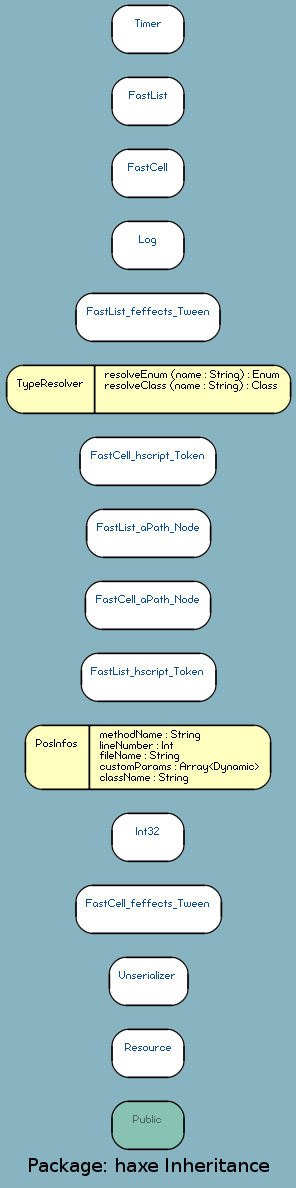
Above: docs/uml/haxe_I.png in google-code-export/haxegui (Graphviz), before the change. Its source is kept beside it as docs/uml/haxe_I.dot.
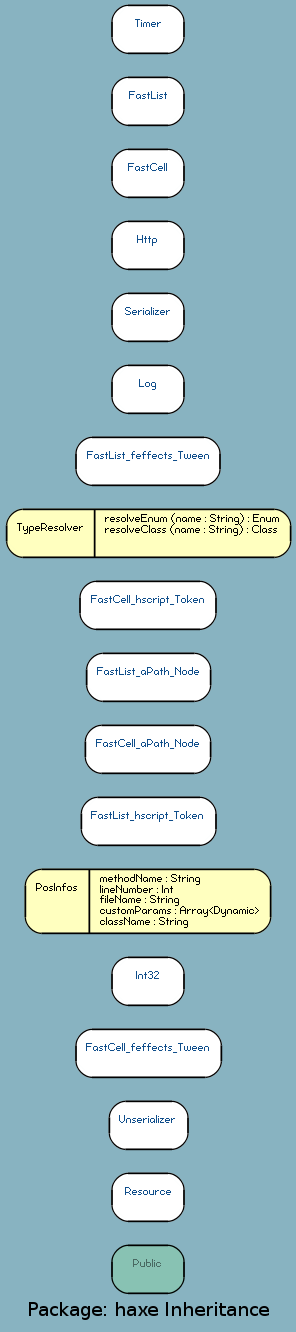
Later version of the same file.

Diff of the diagram source:
```diff
@@ -3,7 +3,7 @@
 	node [label="\N", style="rounded,filled", fillcolor="#96c288", fontcolor="#104E8B", fontname="FFF Harmony", fontsize=6, shape=record, color=black];
 	edge [fontname=Sans, fontsize=8, minlen="1.2", color=black, fontcolor=black];
 	graph [lp="107,12",
-		bb="0,0,214,883"];
+		bb="0,0,214,991"];
 	"haxe.Public" [label="{\nPublic}", fillcolor="#88c2b3", fontcolor="#496962", URL="../types/haxe/Public.html", tooltip="\nPublic", portPos=w, pos="107,43", rects="80,25,134,61", width="0.75", height="0.50"];
 	"haxe.Resource" [label="{\nResource}", fillcolor=white, URL="../types/haxe/Resource.html", tooltip="\nResource", portPos=w, pos="107,97", rects="80,79,134,115", width="0.75", height="0.50"];
 	"haxe.Unserializer" [label="{\nUnserializer}", fillcolor=white, URL="../types/haxe/Unserializer.html", tooltip="\nUnserializer", portPos=w, pos="107,151", rects="78,133,137,169", width="0.81", height="0.50"];
@@ -17,7 +17,9 @@
 	"haxe.TypeResolver" [label="{\nTypeResolver|resolveEnum (name : String) : Enum\lresolveClass (name : String) : Class\l}", fillcolor="#ffffbf", fontcolor=black, pos="107,595", rects="1,577,67,613 67,577,214,613", width="2.94", height="0.50"];
 	"haxe.FastList_feffects_Tween" [label="{\nFastList_feffects_Tween}", fillcolor=white, URL="../types/haxe/FastList_feffects_Tween.html", tooltip="\nFastList_feffects_Tween", portPos=w, pos="107,649", rects="53,631,161,667", width="1.50", height="0.50"];
 	"haxe.Log" [label="{\nLog}", fillcolor=white, URL="../types/haxe/Log.html", tooltip="\nLog", portPos=w, pos="107,703", rects="80,685,134,721", width="0.75", height="0.50"];
-	"haxe.FastCell" [label="{\nFastCell}", fillcolor=white, URL="../types/haxe/FastCell.html", tooltip="\nFastCell", portPos=w, pos="107,757", rects="80,739,134,775", width="0.75", height="0.50"];
-	"haxe.FastList" [label="{\nFastList}", fillcolor=white, URL="../types/haxe/FastList.html", tooltip="\nFastList", portPos=w, pos="107,811", rects="80,793,134,829", width="0.75", height="0.50"];
-	"haxe.Timer" [label="{\nTimer}", fillcolor=white, URL="../types/haxe/Timer.html", tooltip="\nTimer", portPos=w, pos="107,865", rects="80,847,134,883", width="0.75", height="0.50"];
+	"haxe.Serializer" [label="{\nSerializer}", fillcolor=white, URL="../types/haxe/Serializer.html", tooltip="\nSerializer", portPos=w, pos="107,757", rects="80,739,134,775", width="0.75", height="0.50"];
+	"haxe.Http" [label="{\nHttp}", fillcolor=white, URL="../types/haxe/Http.html", tooltip="\nHttp", portPos=w, pos="107,811", rects="80,793,134,829", width="0.75", height="0.50"];
+	"haxe.FastCell" [label="{\nFastCell}", fillcolor=white, URL="../types/haxe/FastCell.html", tooltip="\nFastCell", portPos=w, pos="107,865", rects="80,847,134,883", width="0.75", height="0.50"];
+	"haxe.FastList" [label="{\nFastList}", fillcolor=white, URL="../types/haxe/FastList.html", tooltip="\nFastList", portPos=w, pos="107,919", rects="80,901,134,937", width="0.75", height="0.50"];
+	"haxe.Timer" [label="{\nTimer}", fillcolor=white, URL="../types/haxe/Timer.html", tooltip="\nTimer", portPos=w, pos="107,973", rects="80,955,134,991", width="0.75", height="0.50"];
 }
```
